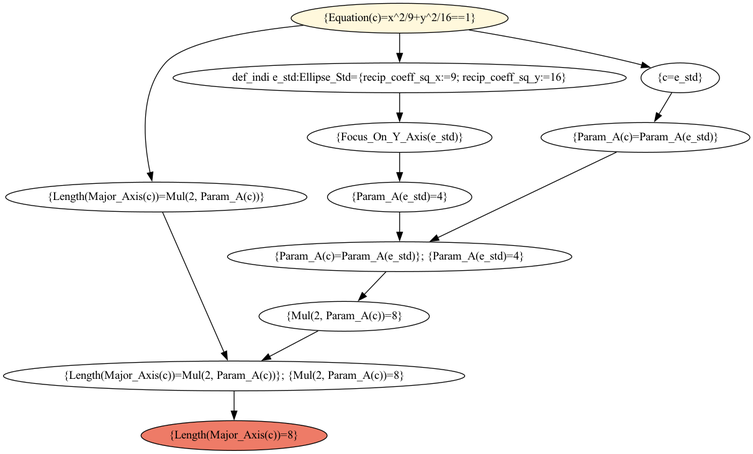
Above: reasoning_engine/solving_process.png in trapped-beast/KE_Reasoning_Engine (Graphviz), before the change. Its source is kept beside it as reasoning_engine/solving_process.dot.
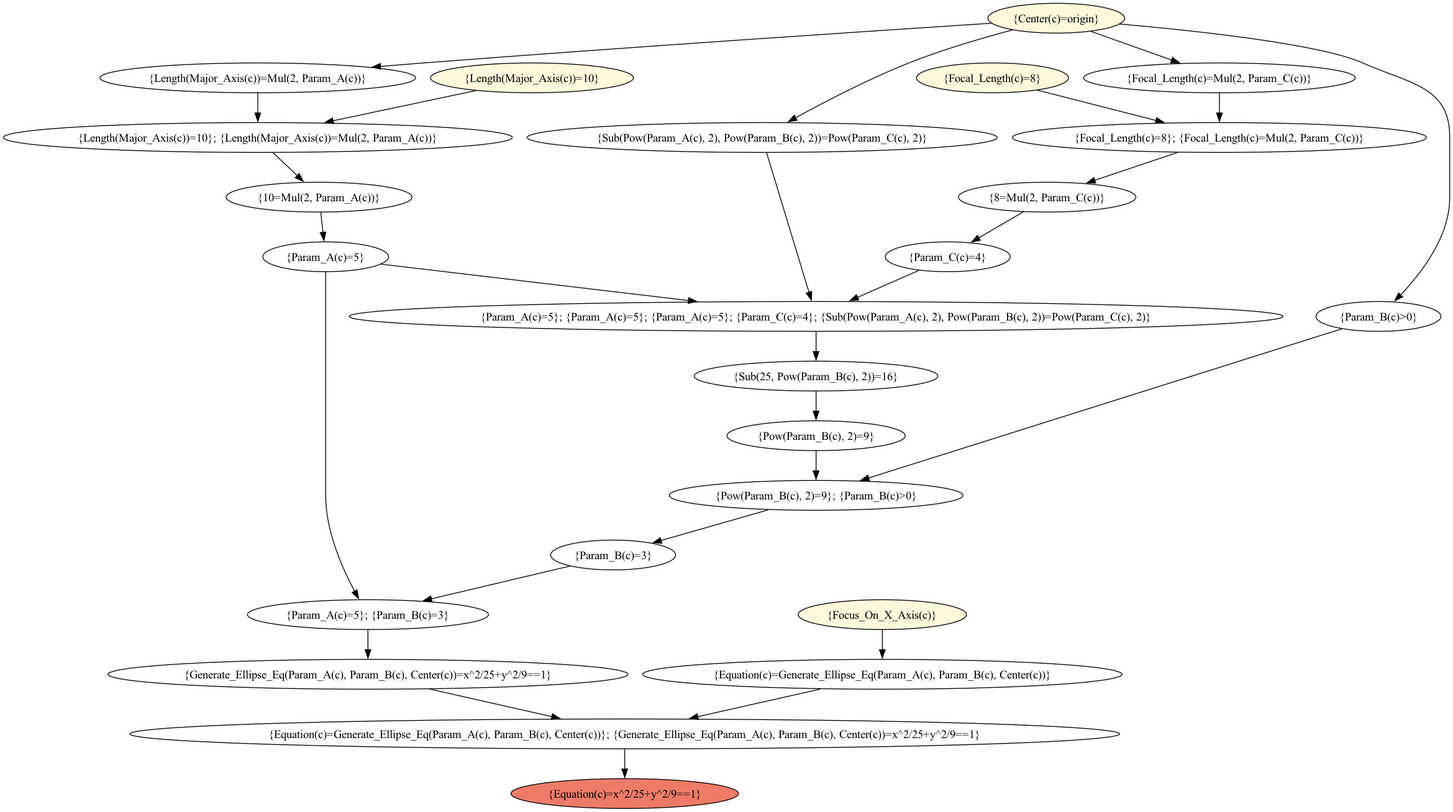
The same diagram one commit later.

What changed in the source:
```diff
@@ -1,53 +1,119 @@
 digraph solving_process {
-	graph [bb="0,0,901.91,540"];
+	graph [bb="0,0,1746.3,972"];
 	node [label="\N"];
-	"{Equation(c)=x^2/9+y^2/16==1}"	[fillcolor=cornsilk,
+	"{Center(c)=origin}"	[fillcolor=cornsilk,
 		height=0.5,
-		pos="478.83,522",
+		pos="1271.3,954",
 		style=filled,
-		width=3.6469];
+		width=2.2937];
+	"{Param_B(c)>0}"	[height=0.5,
+		pos="1660.3,594",
+		width=2.0946];
+	"{Center(c)=origin}" -> "{Param_B(c)>0}"	[pos="e,1678.9,611.81 1347.8,947.01 1440.4,938.89 1590.2,922.77 1641.3,900 1697.1,875.07 1746.3,872.18 1746.3,811 1746.3,811 1746.3,811 \
+1746.3,737 1746.3,690.45 1712,646.11 1686.8,619.73"];
+	"{Sub(Pow(Param_A(c), 2), Pow(Param_B(c), 2))=Pow(Param_C(c), 2)}"	[height=0.5,
+		pos="916.26,810",
+		width=7.8809];
+	"{Center(c)=origin}" -> "{Sub(Pow(Param_A(c), 2), Pow(Param_B(c), 2))=Pow(Param_C(c), 2)}"	[pos="e,946.51,828.29 1218.2,939.85 1182.4,930.32 1134.3,916.29 1093.3,900 1044.8,880.78 991.69,853.13 956.42,833.76"];
 	"{Length(Major_Axis(c))=Mul(2, Param_A(c))}"	[height=0.5,
-		pos="184.83,306",
-		width=5.0551];
-	"{Equation(c)=x^2/9+y^2/16==1}" -> "{Length(Major_Axis(c))=Mul(2, Param_A(c))}"	[pos="e,179.9,324.37 362.43,513.41 294.58,506.37 218.08,493.02 195.83,468 163.62,431.79 169.91,371.03 177.38,335.41"];
-	"def_indi e_std:Ellipse_Std={recip_coeff_sq_x:=9; recip_coeff_sq_y:=16}"	[height=0.5,
-		pos="478.83,450",
-		width=7.6007];
-	"{Equation(c)=x^2/9+y^2/16==1}" -> "def_indi e_std:Ellipse_Std={recip_coeff_sq_x:=9; recip_coeff_sq_y:=16}"	[pos="e,478.83,468.1 478.83,503.7 478.83,496.41 478.83,487.73 478.83,479.54"];
-	"{c=e_std}"	[height=0.5,
-		pos="817.83,450",
-		width=1.3179];
-	"{Equation(c)=x^2/9+y^2/16==1}" -> "{c=e_std}"	[pos="e,782.44,462.38 562.62,507.79 619.21,498.26 695.43,484.24 761.83,468 764.97,467.23 768.2,466.39 771.45,465.51"];
-	"{Length(Major_Axis(c))=Mul(2, Param_A(c))}; {Mul(2, Param_A(c))=8}"	[height=0.5,
-		pos="278.83,90",
-		width=7.7451];
-	"{Length(Major_Axis(c))=Mul(2, Param_A(c))}" -> "{Length(Major_Axis(c))=Mul(2, Param_A(c))}; {Mul(2, Param_A(c))=8}"	[pos="e,271.26,108.23 192.36,287.85 208.58,250.91 246.96,163.55 266.67,118.67"];
-	"{Focus_On_Y_Axis(e_std)}"	[height=0.5,
-		pos="478.83,378",
-		width=3.1053];
-	"def_indi e_std:Ellipse_Std={recip_coeff_sq_x:=9; recip_coeff_sq_y:=16}" -> "{Focus_On_Y_Axis(e_std)}"	[pos="e,478.83,396.1 478.83,431.7 478.83,424.41 478.83,415.73 478.83,407.54"];
-	"{Param_A(c)=Param_A(e_std)}"	[height=0.5,
-		pos="775.83,378",
-		width=3.5025];
-	"{c=e_std}" -> "{Param_A(c)=Param_A(e_std)}"	[pos="e,786.19,396.28 807.66,432.05 802.98,424.26 797.32,414.82 792.07,406.08"];
-	"{Param_A(e_std)=4}"	[height=0.5,
-		pos="478.83,306",
-		width=2.4192];
-	"{Focus_On_Y_Axis(e_std)}" -> "{Param_A(e_std)=4}"	[pos="e,478.83,324.1 478.83,359.7 478.83,352.41 478.83,343.73 478.83,335.54"];
-	"{Param_A(c)=Param_A(e_std)}; {Param_A(e_std)=4}"	[height=0.5,
-		pos="478.83,234",
-		width=5.7773];
-	"{Param_A(e_std)=4}" -> "{Param_A(c)=Param_A(e_std)}; {Param_A(e_std)=4}"	[pos="e,478.83,252.1 478.83,287.7 478.83,280.41 478.83,271.73 478.83,263.54"];
-	"{Param_A(c)=Param_A(e_std)}" -> "{Param_A(c)=Param_A(e_std)}; {Param_A(e_std)=4}"	[pos="e,514.56,252.08 740.88,360.29 687.22,334.63 584.47,285.51 524.82,256.99"];
-	"{Mul(2, Param_A(c))=8}"	[height=0.5,
-		pos="411.83,162",
-		width=2.8525];
-	"{Param_A(c)=Param_A(e_std)}; {Param_A(e_std)=4}" -> "{Mul(2, Param_A(c))=8}"	[pos="e,428.2,180.1 462.26,215.7 454.39,207.47 444.83,197.48 436.16,188.42"];
-	"{Mul(2, Param_A(c))=8}" -> "{Length(Major_Axis(c))=Mul(2, Param_A(c))}; {Mul(2, Param_A(c))=8}"	[pos="e,311.51,108.2 380.31,144.41 362.73,135.16 340.58,123.5 321.47,113.45"];
-	"{Length(Major_Axis(c))=8}"	[fillcolor="#ee7b67",
+		pos="307.26,882",
+		width=5.2934];
+	"{Center(c)=origin}" -> "{Length(Major_Axis(c))=Mul(2, Param_A(c))}"	[pos="e,443.87,894.9 1192.9,947.97 1054.4,938.98 757.63,919.32 507.26,900 490.44,898.7 472.83,897.29 455.34,895.85"];
+	"{Focal_Length(c)=Mul(2, Param_C(c))}"	[height=0.5,
+		pos="1468.3,882",
+		width=4.5541];
+	"{Center(c)=origin}" -> "{Focal_Length(c)=Mul(2, Param_C(c))}"	[pos="e,1421.4,899.66 1313,938.15 1341.4,928.07 1379.4,914.59 1410.6,903.48"];
+	"{Pow(Param_B(c), 2)=9}; {Param_B(c)>0}"	[height=0.5,
+		pos="981.26,378",
+		width=4.9238];
+	"{Param_B(c)>0}" -> "{Pow(Param_B(c), 2)=9}; {Param_B(c)>0}"	[pos="e,1033.8,395.57 1616,579.04 1498.9,542.13 1180.7,441.85 1044.5,398.93"];
+	"{Param_A(c)=5}; {Param_A(c)=5}; {Param_A(c)=5}; {Param_C(c)=4}; {Sub(Pow(Param_A(c), 2), Pow(Param_B(c), 2))=Pow(Param_C(c), 2)}"	[height=0.5,
+		pos="981.26,594",
+		width=15.658];
+	"{Sub(Pow(Param_A(c), 2), Pow(Param_B(c), 2))=Pow(Param_C(c), 2)}" -> "{Param_A(c)=5}; {Param_A(c)=5}; {Param_A(c)=5}; {Param_C(c)=4}; {Sub(Pow(Param_A(c), 2), Pow(Param_B(c), 2))=Pow(Param_C(c), 2)}"	[pos="e,976.02,612.23 921.46,791.85 932.64,755.07 958.99,668.29 972.68,623.24"];
+	"{Length(Major_Axis(c))=10}; {Length(Major_Axis(c))=Mul(2, Param_A(c))}"	[height=0.5,
+		pos="307.26,810",
+		width=8.5349];
+	"{Length(Major_Axis(c))=Mul(2, Param_A(c))}" -> "{Length(Major_Axis(c))=10}; {Length(Major_Axis(c))=Mul(2, Param_A(c))}"	[pos="e,307.26,828.1 307.26,863.7 307.26,856.41 307.26,847.73 307.26,839.54"];
+	"{Focal_Length(c)=8}; {Focal_Length(c)=Mul(2, Param_C(c))}"	[height=0.5,
+		pos="1468.3,810",
+		width=6.9426];
+	"{Focal_Length(c)=Mul(2, Param_C(c))}" -> "{Focal_Length(c)=8}; {Focal_Length(c)=Mul(2, Param_C(c))}"	[pos="e,1468.3,828.1 1468.3,863.7 1468.3,856.41 1468.3,847.73 1468.3,839.54"];
+	"{Focus_On_X_Axis(c)}"	[fillcolor=cornsilk,
 		height=0.5,
-		pos="278.83,18",
+		pos="1061.3,234",
 		style=filled,
-		width=3.1233];
-	"{Length(Major_Axis(c))=Mul(2, Param_A(c))}; {Mul(2, Param_A(c))=8}" -> "{Length(Major_Axis(c))=8}"	[pos="e,278.83,36.104 278.83,71.697 278.83,64.407 278.83,55.726 278.83,47.536"];
+		width=2.8197];
+	"{Equation(c)=Generate_Ellipse_Eq(Param_A(c), Param_B(c), Center(c))}"	[height=0.5,
+		pos="1061.3,162",
+		width=8.0373];
+	"{Focus_On_X_Axis(c)}" -> "{Equation(c)=Generate_Ellipse_Eq(Param_A(c), Param_B(c), Center(c))}"	[pos="e,1061.3,180.1 1061.3,215.7 1061.3,208.41 1061.3,199.73 1061.3,191.54"];
+	"{Equation(c)=Generate_Ellipse_Eq(Param_A(c), Param_B(c), Center(c))}; {Generate_Ellipse_Eq(Param_A(c), Param_B(c), Center(c))=x^\
+2/25+y^2/9==1}"	[height=0.5,
+		pos="750.26,90",
+		width=16.596];
+	"{Equation(c)=Generate_Ellipse_Eq(Param_A(c), Param_B(c), Center(c))}" -> "{Equation(c)=Generate_Ellipse_Eq(Param_A(c), Param_B(c), Center(c))}; {Generate_Ellipse_Eq(Param_A(c), Param_B(c), Center(c))=x^\
+2/25+y^2/9==1}"	[pos="e,827.2,108.32 986.37,144.14 941.77,134.11 884.95,121.32 838.23,110.8"];
+	"{Focal_Length(c)=8}"	[fillcolor=cornsilk,
+		height=0.5,
+		pos="1194.3,882",
+		style=filled,
+		width=2.5496];
+	"{Focal_Length(c)=8}" -> "{Focal_Length(c)=8}; {Focal_Length(c)=Mul(2, Param_C(c))}"	[pos="e,1402.8,827.72 1248.7,867.09 1289.7,856.63 1346.3,842.16 1391.8,830.54"];
+	"{8=Mul(2, Param_C(c))}"	[height=0.5,
+		pos="1260.3,738",
+		width=2.9761];
+	"{Focal_Length(c)=8}; {Focal_Length(c)=Mul(2, Param_C(c))}" -> "{8=Mul(2, Param_C(c))}"	[pos="e,1306.8,754.67 1417.6,791.97 1387.4,781.79 1348.9,768.84 1317.6,758.29"];
+	"{Param_C(c)=4}"	[height=0.5,
+		pos="1140.3,666",
+		width=2.0946];
+	"{8=Mul(2, Param_C(c))}" -> "{Param_C(c)=4}"	[pos="e,1167.9,683.15 1231.5,720.23 1215.4,710.83 1195.1,699 1177.8,688.88"];
+	"{Param_C(c)=4}" -> "{Param_A(c)=5}; {Param_A(c)=5}; {Param_A(c)=5}; {Param_C(c)=4}; {Sub(Pow(Param_A(c), 2), Pow(Param_B(c), 2))=Pow(Param_C(c), 2)}"	[pos="e,1020.8,612.42 1105.4,649.64 1083.6,640.07 1055.3,627.6 1031.2,616.99"];
+	"{Length(Major_Axis(c))=10}"	[fillcolor=cornsilk,
+		height=0.5,
+		pos="638.26,882",
+		style=filled,
+		width=3.4026];
+	"{Length(Major_Axis(c))=10}" -> "{Length(Major_Axis(c))=10}; {Length(Major_Axis(c))=Mul(2, Param_A(c))}"	[pos="e,386.89,827.84 570.47,866.67 520.66,856.13 452.45,841.71 397.95,830.18"];
+	"{10=Mul(2, Param_A(c))}"	[height=0.5,
+		pos="381.26,738",
+		width=3.1182];
+	"{Length(Major_Axis(c))=10}; {Length(Major_Axis(c))=Mul(2, Param_A(c))}" -> "{10=Mul(2, Param_A(c))}"	[pos="e,363.17,756.1 325.55,791.7 334.42,783.3 345.24,773.07 354.97,763.86"];
+	"{Param_A(c)=5}"	[height=0.5,
+		pos="389.26,666",
+		width=2.1088];
+	"{10=Mul(2, Param_A(c))}" -> "{Param_A(c)=5}"	[pos="e,387.3,684.1 383.23,719.7 384.07,712.41 385.06,703.73 385.99,695.54"];
+	"{Param_A(c)=5}" -> "{Param_A(c)=5}; {Param_A(c)=5}; {Param_A(c)=5}; {Param_C(c)=4}; {Sub(Pow(Param_A(c), 2), Pow(Param_B(c), 2))=Pow(Param_C(c), 2)}"	[pos="e,838.64,611.86 456.01,657.11 545.52,646.52 707.1,627.42 827.49,613.18"];
+	"{Param_A(c)=5}; {Param_B(c)=3}"	[height=0.5,
+		pos="440.26,234",
+		width=4.0423];
+	"{Param_A(c)=5}" -> "{Param_A(c)=5}; {Param_B(c)=3}"	[pos="e,429.69,252.21 389.26,647.51 389.26,620.71 389.26,567.87 389.26,523 389.26,523 389.26,523 389.26,377 389.26,334.96 409.3,289.82 \
+424.26,261.99"];
+	"{Sub(25, Pow(Param_B(c), 2))=16}"	[height=0.5,
+		pos="981.26,522",
+		width=4.085];
+	"{Param_A(c)=5}; {Param_A(c)=5}; {Param_A(c)=5}; {Param_C(c)=4}; {Sub(Pow(Param_A(c), 2), Pow(Param_B(c), 2))=Pow(Param_C(c), 2)}" -> "{Sub(25, Pow(Param_B(c), 2))=16}"	[pos="e,981.26,540.1 981.26,575.7 981.26,568.41 981.26,559.73 981.26,551.54"];
+	"{Pow(Param_B(c), 2)=9}"	[height=0.5,
+		pos="981.26,450",
+		width=2.9903];
+	"{Sub(25, Pow(Param_B(c), 2))=16}" -> "{Pow(Param_B(c), 2)=9}"	[pos="e,981.26,468.1 981.26,503.7 981.26,496.41 981.26,487.73 981.26,479.54"];
+	"{Pow(Param_B(c), 2)=9}" -> "{Pow(Param_B(c), 2)=9}; {Param_B(c)>0}"	[pos="e,981.26,396.1 981.26,431.7 981.26,424.41 981.26,415.73 981.26,407.54"];
+	"{Param_B(c)=3}"	[height=0.5,
+		pos="736.26,306",
+		width=2.0946];
+	"{Pow(Param_B(c), 2)=9}; {Param_B(c)>0}" -> "{Param_B(c)=3}"	[pos="e,783.08,320.38 923.81,360.59 884.73,349.42 833.19,334.69 794.03,323.51"];
+	"{Param_B(c)=3}" -> "{Param_A(c)=5}; {Param_B(c)=3}"	[pos="e,505.68,250.47 684.02,292.65 637.61,281.67 569.19,265.49 516.64,253.06"];
+	"{Generate_Ellipse_Eq(Param_A(c), Param_B(c), Center(c))=x^2/25+y^2/9==1}"	[height=0.5,
+		pos="440.26,162",
+		width=8.7197];
+	"{Param_A(c)=5}; {Param_B(c)=3}" -> "{Generate_Ellipse_Eq(Param_A(c), Param_B(c), Center(c))=x^2/25+y^2/9==1}"	[pos="e,440.26,180.1 440.26,215.7 440.26,208.41 440.26,199.73 440.26,191.54"];
+	"{Generate_Ellipse_Eq(Param_A(c), Param_B(c), Center(c))=x^2/25+y^2/9==1}" -> "{Equation(c)=Generate_Ellipse_Eq(Param_A(c), Param_B(c), Center(c))}; {Generate_Ellipse_Eq(Param_A(c), Param_B(c), Center(c))=x^\
+2/25+y^2/9==1}"	[pos="e,673.48,108.34 515.3,144.05 559.67,134.03 616.09,121.3 662.52,110.81"];
+	"{Equation(c)=x^2/25+y^2/9==1}"	[fillcolor="#ee7b67",
+		height=0.5,
+		pos="750.26,18",
+		style=filled,
+		width=3.8149];
+	"{Equation(c)=Generate_Ellipse_Eq(Param_A(c), Param_B(c), Center(c))}; {Generate_Ellipse_Eq(Param_A(c), Param_B(c), Center(c))=x^\
+2/25+y^2/9==1}" -> "{Equation(c)=x^2/25+y^2/9==1}"	[pos="e,750.26,36.104 750.26,71.697 750.26,64.407 750.26,55.726 750.26,47.536"];
 }
```
